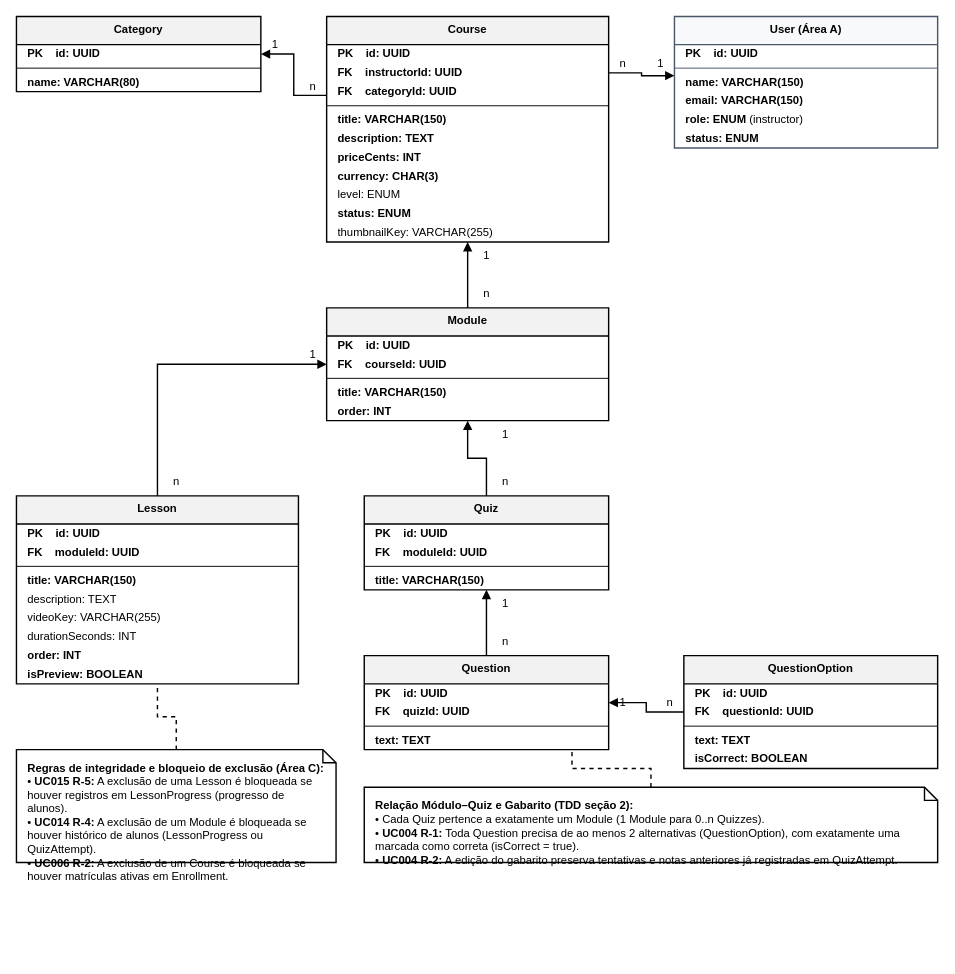
Plataforma-de-Cursos-TCC/plataforma-cursos-docs keeps this draw.io diagram as especificacao/diagramas/12-modelo-de-dados-area-b.drawio. Above is the earlier version. Source tidied: cells renumbered, new cells numbered last; positions are measured from the earlier drawing's top-left corner, leaving out a move shared by most shapes. Both pictures are drawn from the tidied source at 94%, with x=0, y=0 at pixel (16, 16).
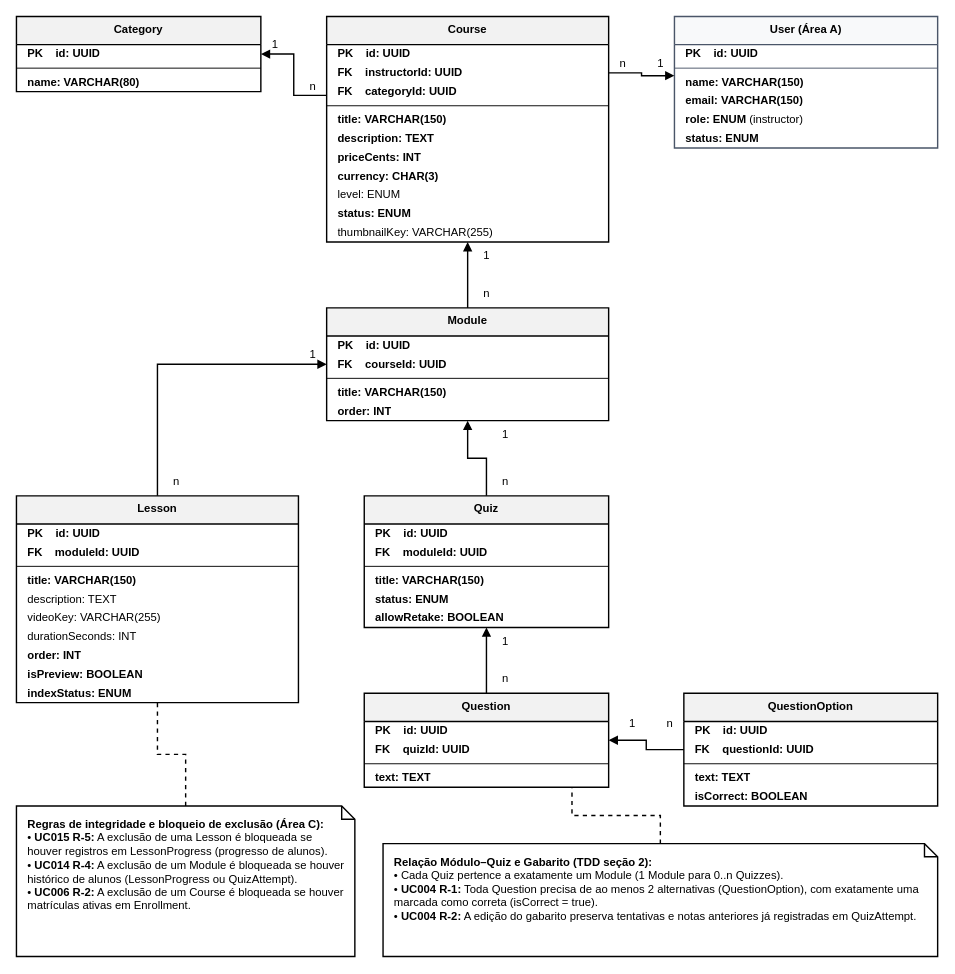
The same diagram, later.

Commit message (it also covers changes not shown here):
fix(modelo-de-dados): add Quiz.status, Quiz.allowRetake and Lesson.indexStatus to area B

Area B owns these fields, and areas C and D only reference them, so the
logical model and the data dictionary must define them. Enum values are
persisted in English, with a paragraph mapping them to the pt-BR labels,
and blocked deletions are documented as 409 CONFLICT. The note boxes in
the diagram no longer overlap QuestionOption and no longer clip text.

Refs #135

Change to the diagram source:
```diff
@@
     <mxCell id="31" value="Lesson" style="swimlane;fontStyle=1;align=center;verticalAlign=top;horizontal=1;startSize=30;whiteSpace=wrap;html=1;fillColor=#F2F2F2;strokeColor=#000000;strokeWidth=1.5;fontFamily=Helvetica;fontSize=12;" parent="1" vertex="1">
-      <mxGeometry y="510" width="300" height="200" as="geometry" />
+      <mxGeometry y="510" width="300" height="220" as="geometry" />
     </mxCell>
@@
+    <mxCell id="82" value="&lt;b&gt;indexStatus: ENUM&lt;/b&gt;" style="text;strokeColor=none;fillColor=none;align=left;verticalAlign=middle;spacingLeft=10;spacingRight=10;overflow=hidden;fontFamily=Helvetica;fontSize=12;html=1;" parent="31" vertex="1">
+      <mxGeometry y="200" width="300" height="20" as="geometry" />
+    </mxCell>
     <mxCell id="41" value="Quiz" style="swimlane;fontStyle=1;align=center;verticalAlign=top;horizontal=1;startSize=30;whiteSpace=wrap;html=1;fillColor=#F2F2F2;strokeColor=#000000;strokeWidth=1.5;fontFamily=Helvetica;fontSize=12;" parent="1" vertex="1">
-      <mxGeometry x="370" y="510" width="260" height="100" as="geometry" />
+      <mxGeometry x="370" y="510" width="260" height="140" as="geometry" />
     </mxCell>
@@
+    <mxCell id="83" value="&lt;b&gt;status: ENUM&lt;/b&gt;" style="text;strokeColor=none;fillColor=none;align=left;verticalAlign=middle;spacingLeft=10;spacingRight=10;overflow=hidden;fontFamily=Helvetica;fontSize=12;html=1;" parent="41" vertex="1">
+      <mxGeometry y="100" width="260" height="20" as="geometry" />
+    </mxCell>
+    <mxCell id="84" value="&lt;b&gt;allowRetake: BOOLEAN&lt;/b&gt;" style="text;strokeColor=none;fillColor=none;align=left;verticalAlign=middle;spacingLeft=10;spacingRight=10;overflow=hidden;fontFamily=Helvetica;fontSize=12;html=1;" parent="41" vertex="1">
+      <mxGeometry y="120" width="260" height="20" as="geometry" />
+    </mxCell>
     <mxCell id="46" value="Question" style="swimlane;fontStyle=1;align=center;verticalAlign=top;horizontal=1;startSize=30;whiteSpace=wrap;html=1;fillColor=#F2F2F2;strokeColor=#000000;strokeWidth=1.5;fontFamily=Helvetica;fontSize=12;" parent="1" vertex="1">
-      <mxGeometry x="370" y="680" width="260" height="100" as="geometry" />
+      <mxGeometry x="370" y="720" width="260" height="100" as="geometry" />
     </mxCell>
@@
     <mxCell id="51" value="QuestionOption" style="swimlane;fontStyle=1;align=center;verticalAlign=top;horizontal=1;startSize=30;whiteSpace=wrap;html=1;fillColor=#F2F2F2;strokeColor=#000000;strokeWidth=1.5;fontFamily=Helvetica;fontSize=12;" parent="1" vertex="1">
-      <mxGeometry x="710" y="680" width="270" height="120" as="geometry" />
+      <mxGeometry x="710" y="720" width="270" height="120" as="geometry" />
     </mxCell>
@@
     <mxCell id="57" value="&lt;b&gt;Regras de integridade e bloqueio de exclusão (Área C):&lt;/b&gt;&lt;br&gt;• &lt;b&gt;UC015 R-5:&lt;/b&gt; A exclusão de uma Lesson é bloqueada se houver registros em LessonProgress (progresso de alunos).&lt;br&gt;• &lt;b&gt;UC014 R-4:&lt;/b&gt; A exclusão de um Module é bloqueada se houver histórico de alunos (LessonProgress ou QuizAttempt).&lt;br&gt;• &lt;b&gt;UC006 R-2:&lt;/b&gt; A exclusão de um Course é bloqueada se houver matrículas ativas em Enrollment." style="shape=note;whiteSpace=wrap;html=1;size=14;verticalAlign=top;align=left;spacingTop=6;spacingLeft=10;spacingRight=10;spacingBottom=6;fillColor=#FFFFFF;strokeColor=#000000;strokeWidth=1.5;fontFamily=Helvetica;fontSize=12;" parent="1" vertex="1">
-      <mxGeometry y="780" width="340" height="120" as="geometry" />
+      <mxGeometry y="840" width="360" height="160" as="geometry" />
     </mxCell>
     <mxCell id="58" value="&lt;b&gt;Relação Módulo–Quiz e Gabarito (TDD seção 2):&lt;/b&gt;&lt;br&gt;• Cada Quiz pertence a exatamente um Module (1 Module para 0..n Quizzes).&lt;br&gt;• &lt;b&gt;UC004 R-1:&lt;/b&gt; Toda Question precisa de ao menos 2 alternativas (QuestionOption), com exatamente uma marcada como correta (isCorrect = true).&lt;br&gt;• &lt;b&gt;UC004 R-2:&lt;/b&gt; A edição do gabarito preserva tentativas e notas anteriores já registradas em QuizAttempt." style="shape=note;whiteSpace=wrap;html=1;size=14;verticalAlign=top;align=left;spacingTop=6;spacingLeft=10;spacingRight=10;spacingBottom=6;fillColor=#FFFFFF;strokeColor=#000000;strokeWidth=1.5;fontFamily=Helvetica;fontSize=12;" parent="1" vertex="1">
-      <mxGeometry x="370" y="820" width="610" height="80" as="geometry" />
+      <mxGeometry x="390" y="880" width="590" height="120" as="geometry" />
     </mxCell>
@@
     <mxCell id="75" value="n" style="text;html=1;align=center;verticalAlign=middle;strokeColor=none;fillColor=none;fontFamily=Helvetica;fontSize=12;fontColor=#000000;" parent="1" vertex="1">
-      <mxGeometry x="510" y="655" width="20" height="20" as="geometry" />
+      <mxGeometry x="510" y="695" width="20" height="20" as="geometry" />
     </mxCell>
     <mxCell id="76" value="1" style="text;html=1;align=center;verticalAlign=middle;strokeColor=none;fillColor=none;fontFamily=Helvetica;fontSize=12;fontColor=#000000;" parent="1" vertex="1">
-      <mxGeometry x="510" y="615" width="20" height="20" as="geometry" />
+      <mxGeometry x="510" y="655" width="20" height="20" as="geometry" />
     </mxCell>
@@
     <mxCell id="78" value="n" style="text;html=1;align=center;verticalAlign=middle;strokeColor=none;fillColor=none;fontFamily=Helvetica;fontSize=12;fontColor=#000000;" parent="1" vertex="1">
-      <mxGeometry x="685" y="720" width="20" height="20" as="geometry" />
+      <mxGeometry x="685" y="742" width="20" height="20" as="geometry" />
     </mxCell>
     <mxCell id="79" value="1" style="text;html=1;align=center;verticalAlign=middle;strokeColor=none;fillColor=none;fontFamily=Helvetica;fontSize=12;fontColor=#000000;" parent="1" vertex="1">
-      <mxGeometry x="635" y="720" width="20" height="20" as="geometry" />
+      <mxGeometry x="645" y="742" width="20" height="20" as="geometry" />
     </mxCell>
```
